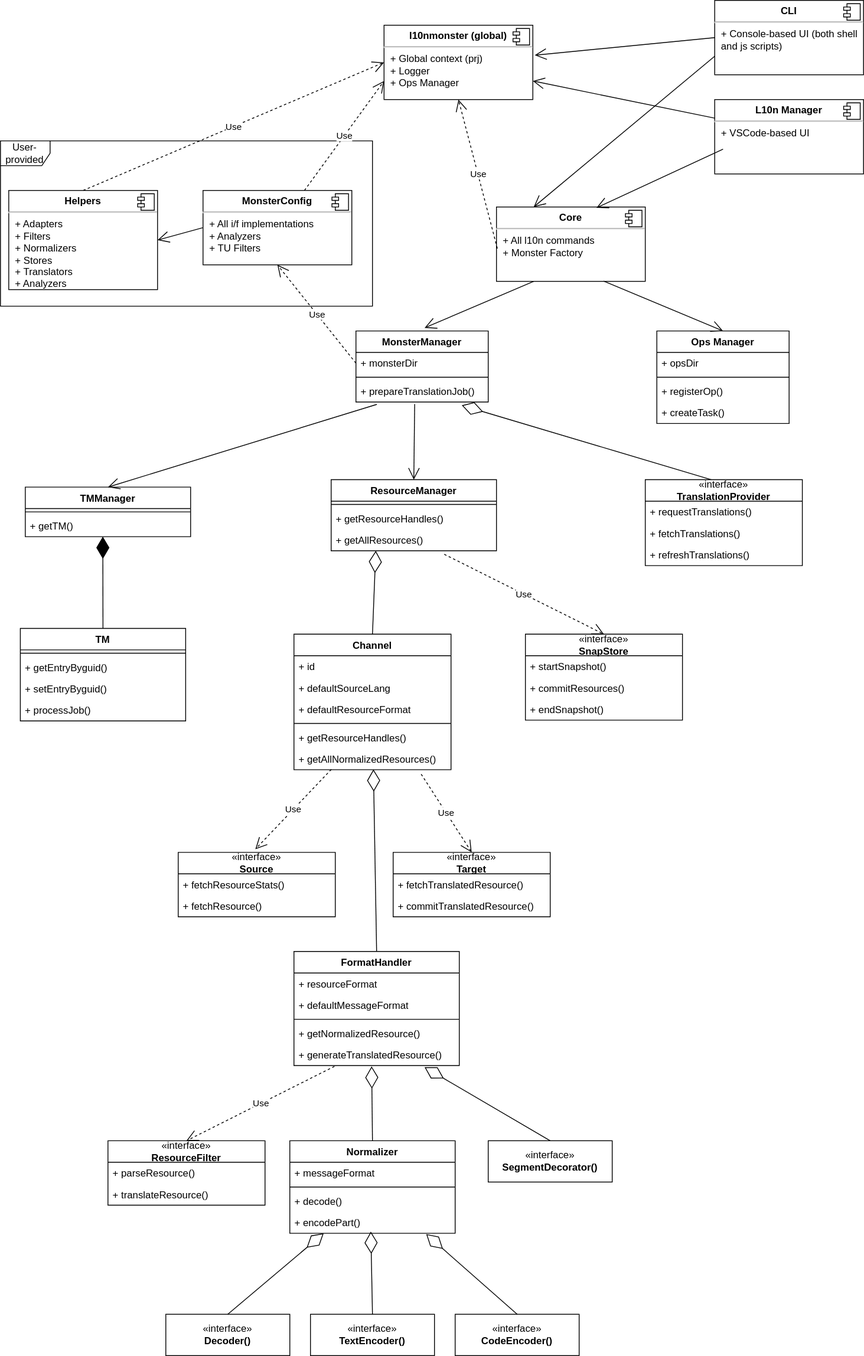
Before: L10nMonsterEntities.drawio.svg, a diagram exported from draw.io (l10nmonster/l10nmonster). Source tidied: cells renumbered, new cells last; positions are measured from the earlier drawing's top-left corner, leaving out a move shared by most shapes.
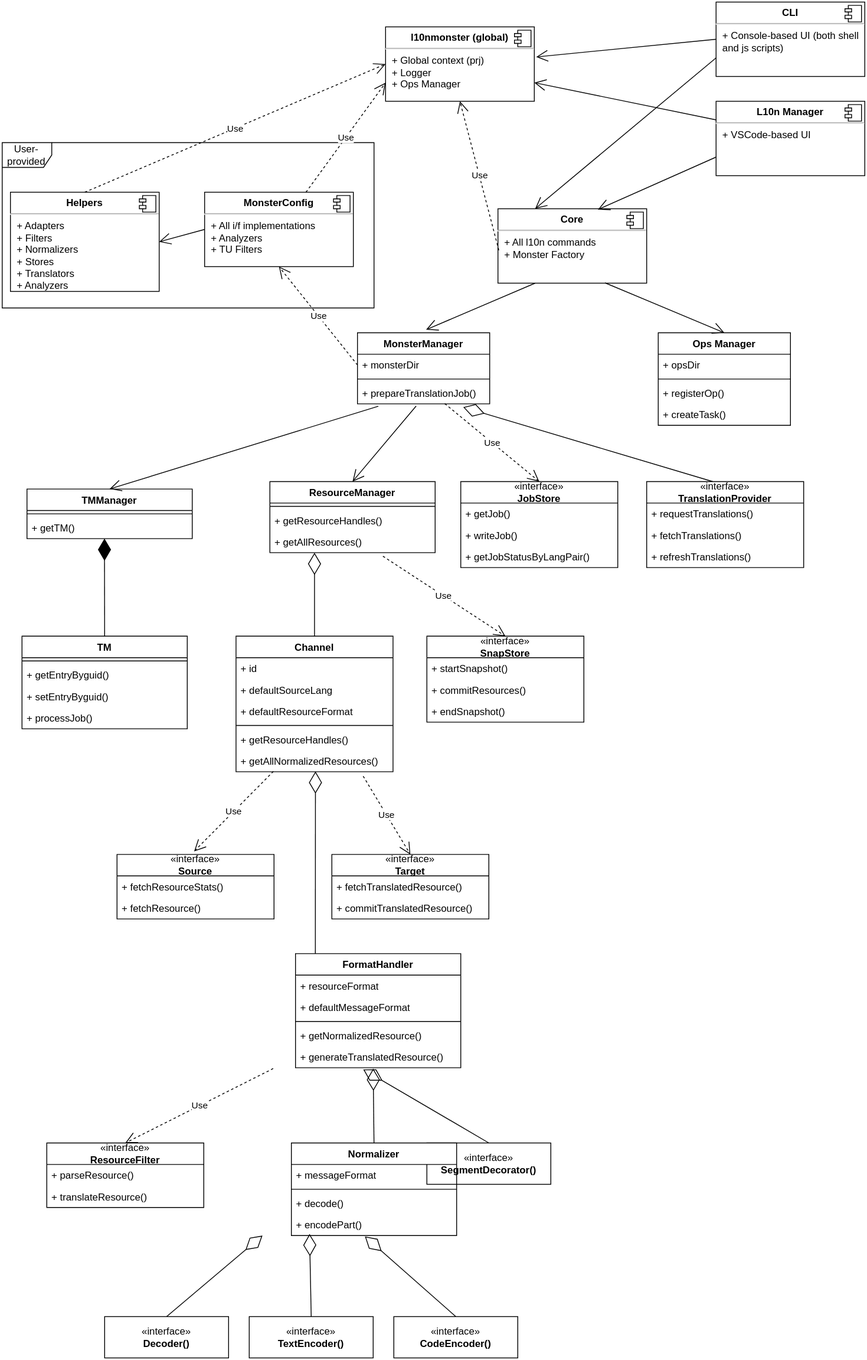
The same file after the commit.

Diff of the diagram source:
```diff
@@ -1,9 +1,9 @@
-<mxGraphModel>
+<mxGraphModel background="#FFFFFF">
   <root>
     <mxCell id="0" />
     <mxCell id="1" parent="0" />
     <mxCell id="2" value="«interface»&lt;br style=&quot;border-color: var(--border-color);&quot;&gt;&lt;b style=&quot;border-color: var(--border-color);&quot;&gt;Source&lt;/b&gt;" style="swimlane;fontStyle=0;horizontal=1;startSize=26;fillColor=none;whiteSpace=wrap;html=1;" parent="1" vertex="1">
-      <mxGeometry x="215" y="1031" width="190" height="78" as="geometry" />
+      <mxGeometry x="139" y="1031" width="190" height="78" as="geometry" />
     </mxCell>
     <mxCell id="3" value="+&amp;nbsp;fetchResourceStats()" style="text;strokeColor=none;fillColor=none;align=left;verticalAlign=top;spacingLeft=4;spacingRight=4;overflow=hidden;whiteSpace=wrap;html=1;" parent="2" vertex="1">
       <mxGeometry y="26" width="190" height="26" as="geometry" />
@@ -12,7 +12,7 @@
       <mxGeometry y="52" width="190" height="26" as="geometry" />
     </mxCell>
     <mxCell id="5" value="«interface»&lt;br style=&quot;border-color: var(--border-color);&quot;&gt;&lt;b style=&quot;border-color: var(--border-color);&quot;&gt;Target&lt;/b&gt;" style="swimlane;fontStyle=0;horizontal=1;startSize=26;fillColor=none;whiteSpace=wrap;html=1;" parent="1" vertex="1">
-      <mxGeometry x="475" y="1031" width="190" height="78" as="geometry" />
+      <mxGeometry x="399" y="1031" width="190" height="78" as="geometry" />
     </mxCell>
     <mxCell id="6" value="+&amp;nbsp;fetchTranslatedResource()" style="text;strokeColor=none;fillColor=none;align=left;verticalAlign=top;spacingLeft=4;spacingRight=4;overflow=hidden;whiteSpace=wrap;html=1;" parent="5" vertex="1">
       <mxGeometry y="26" width="190" height="26" as="geometry" />
@@ -21,7 +21,7 @@
       <mxGeometry y="52" width="190" height="26" as="geometry" />
     </mxCell>
     <mxCell id="8" value="Channel" style="swimlane;fontStyle=1;align=center;verticalAlign=top;horizontal=1;startSize=26;whiteSpace=wrap;html=1;" parent="1" vertex="1">
-      <mxGeometry x="355" y="767" width="190" height="164" as="geometry" />
+      <mxGeometry x="283" y="767" width="190" height="164" as="geometry" />
     </mxCell>
     <mxCell id="9" value="+ id" style="text;strokeColor=none;fillColor=none;align=left;verticalAlign=top;spacingLeft=4;spacingRight=4;overflow=hidden;whiteSpace=wrap;html=1;" parent="8" vertex="1">
       <mxGeometry y="26" width="190" height="26" as="geometry" />
@@ -65,11 +65,13 @@
     <mxCell id="22" value="+&amp;nbsp;generateTranslatedResource()" style="text;strokeColor=none;fillColor=none;align=left;verticalAlign=top;spacingLeft=4;spacingRight=4;overflow=hidden;points=[[0,0.5],[1,0.5]];portConstraint=eastwest;whiteSpace=wrap;html=1;" parent="17" vertex="1">
       <mxGeometry y="112" width="200" height="26" as="geometry" />
     </mxCell>
-    <mxCell id="23" style="endArrow=diamondThin;endFill=0;endSize=24;html=1;rounded=0;exitX=0.5;exitY=0;exitDx=0;exitDy=0;entryX=0.506;entryY=0.984;entryDx=0;entryDy=0;entryPerimeter=0;" parent="1" edge="1" source="17" target="14">
-      <mxGeometry relative="1" as="geometry" />
+    <mxCell id="23" style="endArrow=diamondThin;endFill=0;endSize=24;html=1;rounded=0;exitX=0.5;exitY=0;exitDx=0;exitDy=0;entryX=0.506;entryY=0.984;entryDx=0;entryDy=0;entryPerimeter=0;" parent="1" edge="1" target="14">
+      <mxGeometry relative="1" as="geometry">
+        <mxPoint x="379" y="1151" as="sourcePoint" />
+      </mxGeometry>
     </mxCell>
     <mxCell id="24" value="«interface»&lt;br style=&quot;border-color: var(--border-color);&quot;&gt;&lt;b style=&quot;border-color: var(--border-color);&quot;&gt;ResourceFilter&lt;/b&gt;" style="swimlane;fontStyle=0;horizontal=1;startSize=26;fillColor=none;whiteSpace=wrap;html=1;" parent="1" vertex="1">
-      <mxGeometry x="130" y="1380" width="190" height="78" as="geometry" />
+      <mxGeometry x="54" y="1380" width="190" height="78" as="geometry" />
     </mxCell>
     <mxCell id="25" value="    + parseResource()" style="text;strokeColor=none;fillColor=none;align=left;verticalAlign=top;spacingLeft=4;spacingRight=4;overflow=hidden;whiteSpace=wrap;html=1;" parent="24" vertex="1">
       <mxGeometry y="26" width="190" height="26" as="geometry" />
@@ -77,11 +79,13 @@
     <mxCell id="26" value="+&amp;nbsp;translateResource()" style="text;strokeColor=none;fillColor=none;align=left;verticalAlign=top;spacingLeft=4;spacingRight=4;overflow=hidden;whiteSpace=wrap;html=1;" parent="24" vertex="1">
       <mxGeometry y="52" width="190" height="26" as="geometry" />
     </mxCell>
-    <mxCell id="27" value="Use" style="endArrow=open;endSize=12;dashed=1;html=1;rounded=0;exitX=0.245;exitY=1.038;exitDx=0;exitDy=0;exitPerimeter=0;entryX=0.5;entryY=0;entryDx=0;entryDy=0;" parent="1" edge="1" source="22" target="24">
-      <mxGeometry relative="1" as="geometry" />
+    <mxCell id="27" value="Use" style="endArrow=open;endSize=12;dashed=1;html=1;rounded=0;exitX=0.245;exitY=1.038;exitDx=0;exitDy=0;exitPerimeter=0;entryX=0.5;entryY=0;entryDx=0;entryDy=0;" parent="1" edge="1" target="24">
+      <mxGeometry relative="1" as="geometry">
+        <mxPoint x="328" y="1290" as="sourcePoint" />
+      </mxGeometry>
     </mxCell>
     <mxCell id="28" value="«interface»&lt;br&gt;&lt;b&gt;SegmentDecorator()&lt;/b&gt;" style="html=1;whiteSpace=wrap;" parent="1" vertex="1">
-      <mxGeometry x="590" y="1380" width="150" height="50" as="geometry" />
+      <mxGeometry x="514" y="1380" width="150" height="50" as="geometry" />
     </mxCell>
     <mxCell id="29" value="&lt;div&gt;Normalizer&lt;/div&gt;" style="swimlane;fontStyle=1;align=center;verticalAlign=top;horizontal=1;startSize=26;whiteSpace=wrap;html=1;" parent="1" vertex="1">
       <mxGeometry x="350" y="1380" width="200" height="112" as="geometry" />
@@ -101,29 +105,37 @@
     <mxCell id="34" style="endArrow=diamondThin;endFill=0;endSize=24;html=1;rounded=0;exitX=0.5;exitY=0;exitDx=0;exitDy=0;entryX=0.47;entryY=1.038;entryDx=0;entryDy=0;entryPerimeter=0;" parent="1" edge="1" source="29" target="22">
       <mxGeometry relative="1" as="geometry" />
     </mxCell>
-    <mxCell id="35" style="endArrow=diamondThin;endFill=0;endSize=24;html=1;rounded=0;exitX=0.5;exitY=0;exitDx=0;exitDy=0;entryX=0.79;entryY=1.077;entryDx=0;entryDy=0;entryPerimeter=0;" parent="1" edge="1" source="28" target="22">
-      <mxGeometry relative="1" as="geometry" />
+    <mxCell id="35" style="endArrow=diamondThin;endFill=0;endSize=24;html=1;rounded=0;exitX=0.5;exitY=0;exitDx=0;exitDy=0;entryX=0.79;entryY=1.077;entryDx=0;entryDy=0;entryPerimeter=0;" parent="1" edge="1" source="28">
+      <mxGeometry relative="1" as="geometry">
+        <mxPoint x="437" y="1291" as="targetPoint" />
+      </mxGeometry>
     </mxCell>
     <mxCell id="36" value="«interface»&lt;br&gt;&lt;b&gt;Decoder()&lt;/b&gt;" style="html=1;whiteSpace=wrap;" parent="1" vertex="1">
-      <mxGeometry x="200" y="1590" width="150" height="50" as="geometry" />
+      <mxGeometry x="124" y="1590" width="150" height="50" as="geometry" />
     </mxCell>
-    <mxCell id="37" style="endArrow=diamondThin;endFill=0;endSize=24;html=1;rounded=0;exitX=0.5;exitY=0;exitDx=0;exitDy=0;entryX=0.205;entryY=1;entryDx=0;entryDy=0;entryPerimeter=0;" parent="1" edge="1" source="36" target="33">
-      <mxGeometry relative="1" as="geometry" />
+    <mxCell id="37" style="endArrow=diamondThin;endFill=0;endSize=24;html=1;rounded=0;exitX=0.5;exitY=0;exitDx=0;exitDy=0;entryX=0.205;entryY=1;entryDx=0;entryDy=0;entryPerimeter=0;" parent="1" edge="1" source="36">
+      <mxGeometry relative="1" as="geometry">
+        <mxPoint x="315" y="1492" as="targetPoint" />
+      </mxGeometry>
     </mxCell>
-    <mxCell id="38" style="endArrow=diamondThin;endFill=0;endSize=24;html=1;rounded=0;exitX=0.5;exitY=0;exitDx=0;exitDy=0;entryX=0.49;entryY=0.923;entryDx=0;entryDy=0;entryPerimeter=0;" parent="1" edge="1" source="39" target="33">
-      <mxGeometry relative="1" as="geometry" />
+    <mxCell id="38" style="endArrow=diamondThin;endFill=0;endSize=24;html=1;rounded=0;exitX=0.5;exitY=0;exitDx=0;exitDy=0;entryX=0.49;entryY=0.923;entryDx=0;entryDy=0;entryPerimeter=0;" parent="1" edge="1" source="39">
+      <mxGeometry relative="1" as="geometry">
+        <mxPoint x="372" y="1490" as="targetPoint" />
+      </mxGeometry>
     </mxCell>
     <mxCell id="39" value="«interface»&lt;br&gt;&lt;b&gt;TextEncoder()&lt;/b&gt;" style="html=1;whiteSpace=wrap;" parent="1" vertex="1">
-      <mxGeometry x="375" y="1590" width="150" height="50" as="geometry" />
+      <mxGeometry x="299" y="1590" width="150" height="50" as="geometry" />
     </mxCell>
-    <mxCell id="40" style="endArrow=diamondThin;endFill=0;endSize=24;html=1;rounded=0;exitX=0.5;exitY=0;exitDx=0;exitDy=0;entryX=0.825;entryY=1.038;entryDx=0;entryDy=0;entryPerimeter=0;" parent="1" edge="1" source="41" target="33">
-      <mxGeometry relative="1" as="geometry" />
+    <mxCell id="40" style="endArrow=diamondThin;endFill=0;endSize=24;html=1;rounded=0;exitX=0.5;exitY=0;exitDx=0;exitDy=0;entryX=0.825;entryY=1.038;entryDx=0;entryDy=0;entryPerimeter=0;" parent="1" edge="1" source="41">
+      <mxGeometry relative="1" as="geometry">
+        <mxPoint x="439" y="1493" as="targetPoint" />
+      </mxGeometry>
     </mxCell>
     <mxCell id="41" value="«interface»&lt;br&gt;&lt;b&gt;CodeEncoder()&lt;/b&gt;" style="html=1;whiteSpace=wrap;" parent="1" vertex="1">
-      <mxGeometry x="550" y="1590" width="150" height="50" as="geometry" />
+      <mxGeometry x="474" y="1590" width="150" height="50" as="geometry" />
     </mxCell>
     <mxCell id="42" value="&lt;div&gt;ResourceManager&lt;/div&gt;" style="swimlane;fontStyle=1;align=center;verticalAlign=top;horizontal=1;startSize=26;whiteSpace=wrap;html=1;" parent="1" vertex="1">
-      <mxGeometry x="400" y="580" width="200" height="86" as="geometry" />
+      <mxGeometry x="324" y="580" width="200" height="86" as="geometry" />
     </mxCell>
     <mxCell id="43" style="line;strokeWidth=1;fillColor=none;align=left;verticalAlign=middle;spacingTop=-1;spacingLeft=3;spacingRight=3;labelPosition=right;strokeColor=inherit;" parent="42" vertex="1">
       <mxGeometry y="26" width="200" height="8" as="geometry" />
@@ -135,7 +147,7 @@
       <mxGeometry y="60" width="200" height="26" as="geometry" />
     </mxCell>
     <mxCell id="46" value="«interface»&lt;br style=&quot;border-color: var(--border-color);&quot;&gt;&lt;b style=&quot;border-color: var(--border-color);&quot;&gt;SnapStore&lt;/b&gt;" style="swimlane;fontStyle=0;horizontal=1;startSize=26;fillColor=none;whiteSpace=wrap;html=1;" parent="1" vertex="1">
-      <mxGeometry x="635" y="767" width="190" height="104" as="geometry" />
+      <mxGeometry x="514" y="767" width="190" height="104" as="geometry" />
     </mxCell>
     <mxCell id="47" value="+ startSnapshot()" style="text;strokeColor=none;fillColor=none;align=left;verticalAlign=top;spacingLeft=4;spacingRight=4;overflow=hidden;whiteSpace=wrap;html=1;" parent="46" vertex="1">
       <mxGeometry y="26" width="190" height="26" as="geometry" />
@@ -203,7 +215,7 @@
       <mxGeometry relative="1" as="geometry" />
     </mxCell>
     <mxCell id="68" value="&lt;div&gt;TM&lt;/div&gt;" style="swimlane;fontStyle=1;align=center;verticalAlign=top;horizontal=1;startSize=26;whiteSpace=wrap;html=1;" parent="1" vertex="1">
-      <mxGeometry x="24" y="760" width="200" height="112" as="geometry" />
+      <mxGeometry x="24" y="767" width="200" height="112" as="geometry" />
     </mxCell>
     <mxCell id="69" style="line;strokeWidth=1;fillColor=none;align=left;verticalAlign=middle;spacingTop=-1;spacingLeft=3;spacingRight=3;labelPosition=right;strokeColor=inherit;" parent="68" vertex="1">
       <mxGeometry y="26" width="200" height="8" as="geometry" />
@@ -305,11 +317,26 @@
         <mxPoint x="-24" y="4" as="offset" />
       </mxGeometry>
     </mxCell>
-    <mxCell id="99" style="endArrow=open;endFill=1;endSize=12;html=1;rounded=0;entryX=0.672;entryY=0.011;entryDx=0;entryDy=0;exitX=0.056;exitY=0.667;exitDx=0;exitDy=0;exitPerimeter=0;entryPerimeter=0;" parent="1" edge="1" source="97" target="78">
+    <mxCell id="99" style="endArrow=open;endFill=1;endSize=12;html=1;rounded=0;entryX=0.672;entryY=0.011;entryDx=0;entryDy=0;entryPerimeter=0;exitX=0;exitY=0.75;exitDx=0;exitDy=0;" parent="1" edge="1" source="97" target="78">
       <mxGeometry relative="1" as="geometry" />
     </mxCell>
     <mxCell id="100" style="endArrow=open;endFill=1;endSize=12;html=1;rounded=0;entryX=1;entryY=0.75;entryDx=0;entryDy=0;exitX=0;exitY=0.25;exitDx=0;exitDy=0;" parent="1" edge="1" source="97" target="87">
       <mxGeometry relative="1" as="geometry" />
     </mxCell>
+    <mxCell id="101" value="«interface»&lt;br style=&quot;border-color: var(--border-color);&quot;&gt;&lt;b style=&quot;border-color: var(--border-color);&quot;&gt;JobStore&lt;/b&gt;" style="swimlane;fontStyle=0;horizontal=1;startSize=26;fillColor=none;whiteSpace=wrap;html=1;" parent="1" vertex="1">
+      <mxGeometry x="555" y="580" width="190" height="104" as="geometry" />
+    </mxCell>
+    <mxCell id="102" value="+ getJob()" style="text;strokeColor=none;fillColor=none;align=left;verticalAlign=top;spacingLeft=4;spacingRight=4;overflow=hidden;whiteSpace=wrap;html=1;" parent="101" vertex="1">
+      <mxGeometry y="26" width="190" height="26" as="geometry" />
+    </mxCell>
+    <mxCell id="103" value="+&amp;nbsp;writeJob()" style="text;strokeColor=none;fillColor=none;align=left;verticalAlign=top;spacingLeft=4;spacingRight=4;overflow=hidden;whiteSpace=wrap;html=1;" parent="101" vertex="1">
+      <mxGeometry y="52" width="190" height="26" as="geometry" />
+    </mxCell>
+    <mxCell id="104" value="+ getJobStatusByLangPair()" style="text;strokeColor=none;fillColor=none;align=left;verticalAlign=top;spacingLeft=4;spacingRight=4;overflow=hidden;whiteSpace=wrap;html=1;" parent="101" vertex="1">
+      <mxGeometry y="78" width="190" height="26" as="geometry" />
+    </mxCell>
+    <mxCell id="105" value="Use" style="endArrow=open;endSize=12;dashed=1;html=1;rounded=0;exitX=0.66;exitY=0.987;exitDx=0;exitDy=0;exitPerimeter=0;entryX=0.5;entryY=0;entryDx=0;entryDy=0;" parent="1" edge="1" source="54" target="101">
+      <mxGeometry relative="1" as="geometry" />
+    </mxCell>
   </root>
 </mxGraphModel>
```
